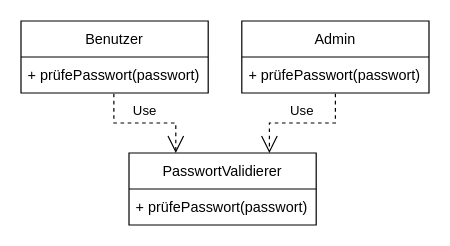
The draw.io diagram tex/img/VorSRP.drawio in xThale/Seminararbeit, before the edit. Source tidied: cells renumbered, new cells numbered last; positions are measured from the earlier drawing's top-left corner, leaving out a move shared by most shapes. Both pictures are drawn from the tidied source at 120%, with x=0, y=0 at pixel (20, 20).
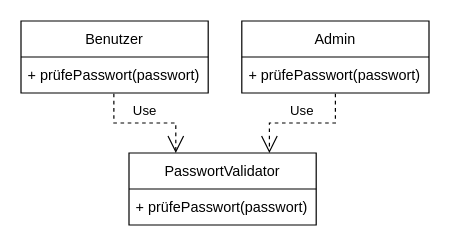
Above is the later version.

Change to the diagram source:
```diff
@@
 <mxGraphModel>
   <root>
     <mxCell id="0" />
     <mxCell id="1" parent="0" />
     <mxCell id="2" value="Benutzer" style="swimlane;fontStyle=0;horizontal=1;startSize=30;" parent="1" vertex="1">
       <mxGeometry width="156" height="60" as="geometry" />
     </mxCell>
     <mxCell id="3" value="+ prüfePasswort(passwort)" style="text;strokeColor=none;fillColor=none;align=left;verticalAlign=middle;spacingLeft=4;spacingRight=4;overflow=hidden;points=[[0,0.5],[1,0.5]];portConstraint=eastwest;" parent="2" vertex="1">
       <mxGeometry y="30" width="156" height="30" as="geometry" />
     </mxCell>
     <mxCell id="4" value="Admin" style="swimlane;fontStyle=0;horizontal=1;startSize=30;" parent="1" vertex="1">
       <mxGeometry x="184" width="156" height="60" as="geometry" />
     </mxCell>
     <mxCell id="5" value="+ prüfePasswort(passwort)" style="text;strokeColor=none;fillColor=none;align=left;verticalAlign=middle;spacingLeft=4;spacingRight=4;overflow=hidden;points=[[0,0.5],[1,0.5]];portConstraint=eastwest;" parent="4" vertex="1">
       <mxGeometry y="30" width="156" height="30" as="geometry" />
     </mxCell>
-    <mxCell id="6" value="PasswortValidierer" style="swimlane;fontStyle=0;horizontal=1;startSize=30;" parent="1" vertex="1">
+    <mxCell id="6" value="PasswortValidator" style="swimlane;fontStyle=0;horizontal=1;startSize=30;" parent="1" vertex="1">
       <mxGeometry x="90" y="110" width="156" height="60" as="geometry" />
     </mxCell>
     <mxCell id="7" value="+ prüfePasswort(passwort)" style="text;strokeColor=none;fillColor=none;align=left;verticalAlign=middle;spacingLeft=4;spacingRight=4;overflow=hidden;" parent="6" vertex="1">
       <mxGeometry y="30" width="156" height="30" as="geometry" />
     </mxCell>
     <mxCell id="8" value="Use" style="endArrow=open;endSize=12;dashed=1;html=1;rounded=0;edgeStyle=orthogonalEdgeStyle;entryX=0.75;entryY=0;entryDx=0;entryDy=0;exitX=0.5;exitY=1.018;exitDx=0;exitDy=0;exitPerimeter=0;" parent="1" edge="1" source="5" target="6">
       <mxGeometry y="-10" relative="1" as="geometry" />
     </mxCell>
     <mxCell id="9" value="Use" style="endArrow=open;endSize=12;dashed=1;html=1;rounded=0;edgeStyle=orthogonalEdgeStyle;entryX=0.25;entryY=0;entryDx=0;entryDy=0;exitX=0.496;exitY=1.018;exitDx=0;exitDy=0;exitPerimeter=0;" parent="1" edge="1" source="3" target="6">
       <mxGeometry x="-0.01" y="10" relative="1" as="geometry" />
     </mxCell>
   </root>
 </mxGraphModel>
```
